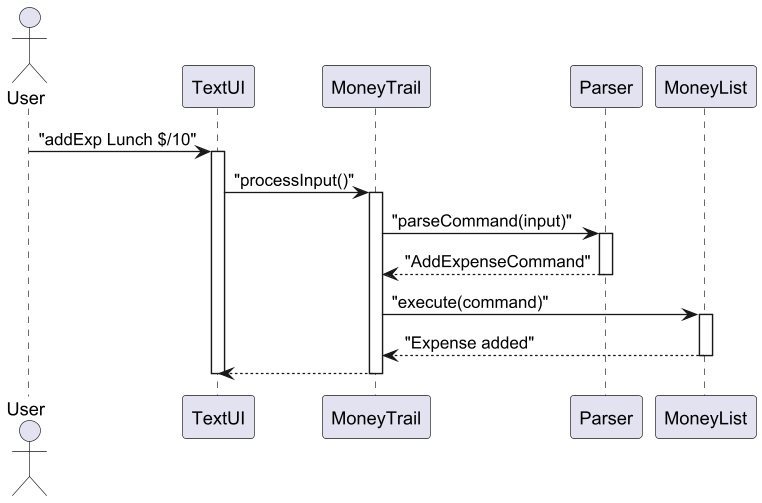
This is docs/diagrams/MoneyTrail_Sequence.png from EdwinTun98/tp, a PlantUML export, as it was before one commit.
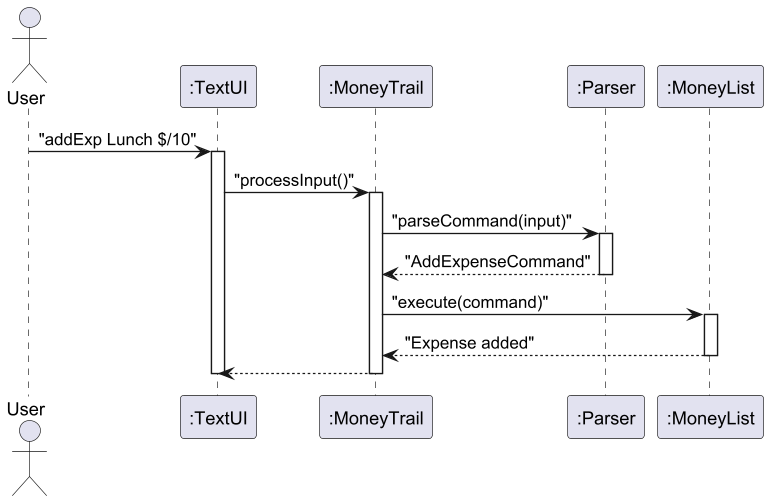
The same file after the commit.

Change to the diagram source:
```diff
@@ -1,10 +1,10 @@
 @startuml MoneyTrail_Sequence_Activation
 scale 1.3
 actor User
-participant TextUI
-participant MoneyTrail
-participant Parser
-participant MoneyList
+participant TextUI as ":TextUI"
+participant MoneyTrail as ":MoneyTrail"
+participant Parser as ":Parser"
+participant MoneyList as ":MoneyList"
 
 User -> TextUI : "addExp Lunch $/10"
 activate TextUI
```
